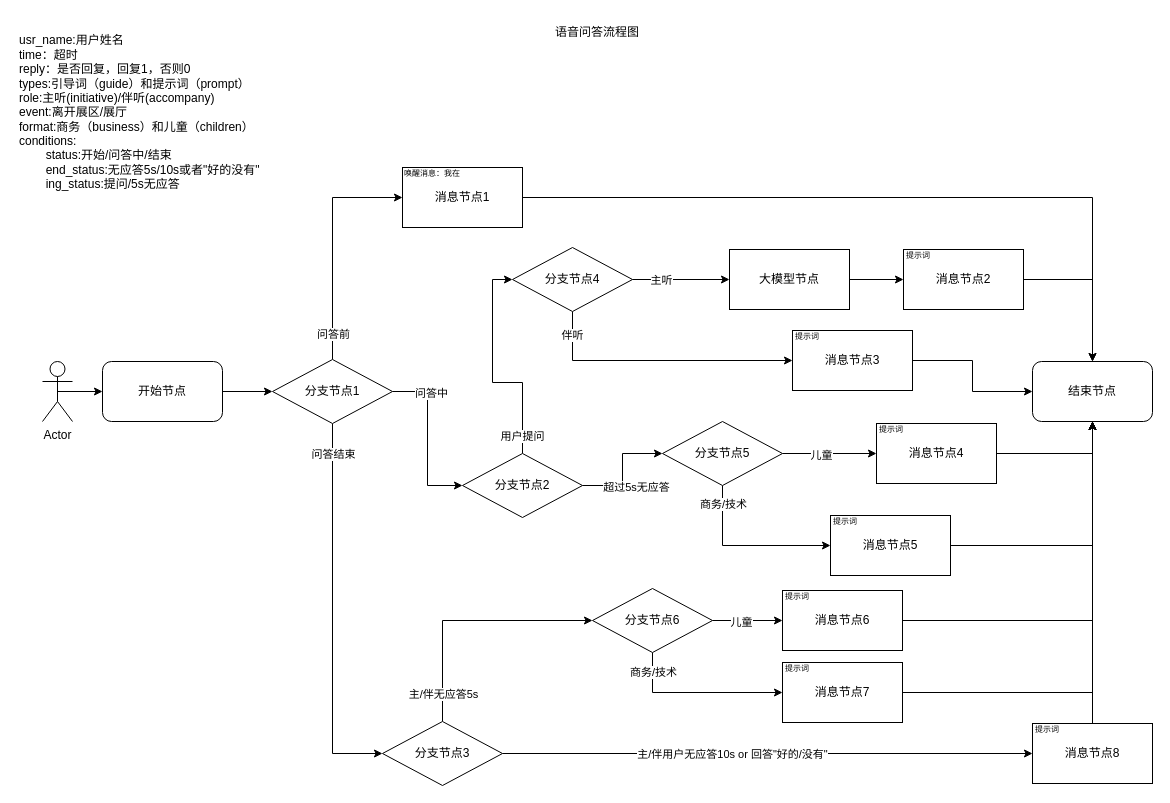
huaxiaojilzg/workflow_draw keeps this draw.io diagram as 6.语音问答.drawio. Above is the earlier version. Source tidied: cells renumbered, new cells numbered last; positions are measured from the earlier drawing's top-left corner, leaving out a move shared by most shapes. Both pictures are drawn from the tidied source at 100%, with x=0, y=0 at pixel (17, 17).
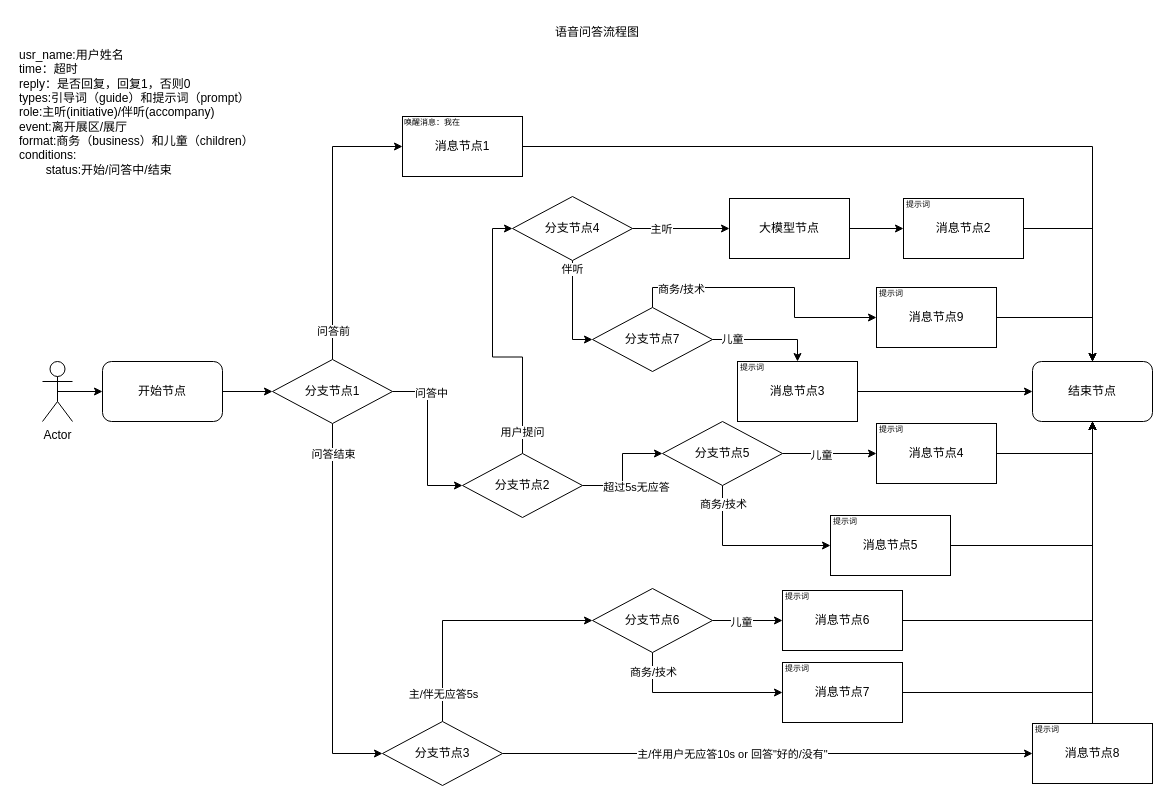
After the change.

Commit message:
更新6.语音问答.drawio

Unchanged cells that the change refers to:
```xml
<mxCell id="13" value="结束节点" style="rounded=1;whiteSpace=wrap;html=1;" parent="1" vertex="1">
  <mxGeometry x="1015" y="344" width="120" height="60" as="geometry" />
</mxCell>
```

Change to the diagram source:
```diff
@@
     <mxCell id="15" value="消息节点1" style="rounded=0;whiteSpace=wrap;html=1;" parent="1" vertex="1">
-      <mxGeometry x="385" y="150" width="120" height="60" as="geometry" />
+      <mxGeometry x="385" y="99" width="120" height="60" as="geometry" />
     </mxCell>
     <mxCell id="16" value="&lt;font style=&quot;font-size: 8px;&quot;&gt;唤醒消息：我在&lt;/font&gt;" style="text;html=1;align=center;verticalAlign=middle;whiteSpace=wrap;rounded=0;" parent="1" vertex="1">
-      <mxGeometry x="385" y="150" width="60" height="10" as="geometry" />
+      <mxGeometry x="385" y="99" width="60" height="10" as="geometry" />
     </mxCell>
@@
     <mxCell id="18" value="大模型节点" style="rounded=0;whiteSpace=wrap;html=1;" parent="1" vertex="1">
-      <mxGeometry x="712" y="232" width="120" height="60" as="geometry" />
+      <mxGeometry x="712" y="181" width="120" height="60" as="geometry" />
     </mxCell>
@@
     <mxCell id="20" value="消息节点2" style="rounded=0;whiteSpace=wrap;html=1;" parent="1" vertex="1">
-      <mxGeometry x="886" y="232" width="120" height="60" as="geometry" />
+      <mxGeometry x="886" y="181" width="120" height="60" as="geometry" />
     </mxCell>
     <mxCell id="21" value="&lt;span style=&quot;font-size: 8px;&quot;&gt;提示词&lt;/span&gt;" style="text;html=1;align=center;verticalAlign=middle;whiteSpace=wrap;rounded=0;" parent="1" vertex="1">
-      <mxGeometry x="886" y="232" width="30" height="10" as="geometry" />
+      <mxGeometry x="886" y="181" width="30" height="10" as="geometry" />
     </mxCell>
@@
-    <mxCell id="60" style="edgeStyle=orthogonalEdgeStyle;rounded=0;jettySize=auto;html=1;exitX=0.5;exitY=1;exitDx=0;exitDy=0;entryX=0;entryY=0.5;entryDx=0;entryDy=0;" parent="1" edge="1" source="62" target="64">
+    <mxCell id="60" style="edgeStyle=orthogonalEdgeStyle;rounded=0;jettySize=auto;html=1;exitX=0.5;exitY=1;exitDx=0;exitDy=0;entryX=0;entryY=0.5;entryDx=0;entryDy=0;" parent="1" edge="1" source="62" target="71">
       <mxGeometry relative="1" as="geometry" />
     </mxCell>
@@
     <mxCell id="62" value="分支节点4" style="rhombus;whiteSpace=wrap;html=1;" parent="1" vertex="1">
-      <mxGeometry x="495" y="230" width="120" height="64" as="geometry" />
+      <mxGeometry x="495" y="179" width="120" height="64" as="geometry" />
     </mxCell>
@@
     <mxCell id="64" value="消息节点3" style="rounded=0;whiteSpace=wrap;html=1;" parent="1" vertex="1">
-      <mxGeometry x="775" y="313" width="120" height="60" as="geometry" />
+      <mxGeometry x="720" y="344" width="120" height="60" as="geometry" />
     </mxCell>
     <mxCell id="65" value="&lt;span style=&quot;font-size: 8px;&quot;&gt;提示词&lt;/span&gt;" style="text;html=1;align=center;verticalAlign=middle;whiteSpace=wrap;rounded=0;" parent="1" vertex="1">
-      <mxGeometry x="775" y="313" width="30" height="10" as="geometry" />
+      <mxGeometry x="720" y="344" width="30" height="10" as="geometry" />
     </mxCell>
-    <mxCell id="66" value="&lt;div&gt;usr_name:用户姓名&lt;/div&gt;&lt;div&gt;time：超时&lt;/div&gt;&lt;div&gt;reply：是否回复，回复1，否则0&lt;/div&gt;types:引导词（guide）和提示词（prompt）&lt;div&gt;role:主听(initiative)/伴听(accompany)&lt;/div&gt;&lt;div&gt;event:离开展区/展厅&lt;/div&gt;&lt;div&gt;format:商务（business）和儿童（children）&lt;br&gt;conditions:&lt;/div&gt;&lt;div&gt;&lt;span style=&quot;white-space: pre;&quot;&gt;&#9;&lt;/span&gt;status:开始/问答中/结束&lt;br&gt;&lt;/div&gt;&lt;div&gt;&lt;span style=&quot;white-space: pre;&quot;&gt;&#9;&lt;/span&gt;end_status:无应答5s/10s或者&quot;&lt;span style=&quot;background-color: transparent; color: light-dark(rgb(0, 0, 0), rgb(255, 255, 255));&quot;&gt;好的没有&lt;/span&gt;&lt;span style=&quot;background-color: transparent; color: light-dark(rgb(0, 0, 0), rgb(255, 255, 255));&quot;&gt;&quot;&lt;/span&gt;&lt;/div&gt;&lt;div&gt;&lt;span style=&quot;background-color: transparent; color: light-dark(rgb(0, 0, 0), rgb(255, 255, 255));&quot;&gt;&lt;span style=&quot;white-space: pre;&quot;&gt;&#9;&lt;/span&gt;ing_status:提问/5s无应答&lt;br&gt;&lt;/span&gt;&lt;/div&gt;" style="text;html=1;align=left;verticalAlign=middle;strokeColor=none;fillColor=none;" parent="1" vertex="1">
-      <mxGeometry y="10" width="260" height="170" as="geometry" />
+    <mxCell id="66" value="&lt;div&gt;usr_name:用户姓名&lt;/div&gt;&lt;div&gt;time：超时&lt;/div&gt;&lt;div&gt;reply：是否回复，回复1，否则0&lt;/div&gt;types:引导词（guide）和提示词（prompt）&lt;div&gt;role:主听(initiative)/伴听(accompany)&lt;/div&gt;&lt;div&gt;event:离开展区/展厅&lt;/div&gt;&lt;div&gt;format:商务（business）和儿童（children）&lt;br&gt;conditions:&lt;/div&gt;&lt;div&gt;&lt;span style=&quot;white-space: pre;&quot;&gt;&#9;&lt;/span&gt;status:开始/问答中/结束&lt;/div&gt;" style="text;html=1;align=left;verticalAlign=middle;strokeColor=none;fillColor=none;" parent="1" vertex="1">
+      <mxGeometry y="25" width="260" height="140" as="geometry" />
     </mxCell>
+    <mxCell id="67" style="edgeStyle=orthogonalEdgeStyle;rounded=0;jettySize=auto;html=1;exitX=0.5;exitY=0;exitDx=0;exitDy=0;entryX=0;entryY=0.5;entryDx=0;entryDy=0;" parent="1" edge="1" source="71" target="73">
+      <mxGeometry relative="1" as="geometry" />
+    </mxCell>
+    <mxCell id="68" value="商务/技术" style="edgeLabel;html=1;align=center;verticalAlign=middle;" parent="67" vertex="1">
+      <mxGeometry x="-0.69" y="-1" relative="1" as="geometry">
+        <mxPoint x="6" as="offset" />
+      </mxGeometry>
+    </mxCell>
+    <mxCell id="69" style="edgeStyle=orthogonalEdgeStyle;rounded=0;jettySize=auto;html=1;exitX=1;exitY=0.5;exitDx=0;exitDy=0;entryX=0.5;entryY=0;entryDx=0;entryDy=0;" parent="1" edge="1" source="71" target="64">
+      <mxGeometry relative="1" as="geometry" />
+    </mxCell>
+    <mxCell id="70" value="儿童" style="edgeLabel;html=1;align=center;verticalAlign=middle;" parent="69" vertex="1">
+      <mxGeometry x="-0.65" y="1" relative="1" as="geometry" />
+    </mxCell>
+    <mxCell id="71" value="分支节点7" style="rhombus;whiteSpace=wrap;html=1;" parent="1" vertex="1">
+      <mxGeometry x="575" y="290" width="120" height="64" as="geometry" />
+    </mxCell>
+    <mxCell id="72" style="edgeStyle=orthogonalEdgeStyle;rounded=0;jettySize=auto;html=1;exitX=1;exitY=0.5;exitDx=0;exitDy=0;entryX=0.5;entryY=0;entryDx=0;entryDy=0;" parent="1" edge="1" source="73" target="13">
+      <mxGeometry relative="1" as="geometry" />
+    </mxCell>
+    <mxCell id="73" value="消息节点9" style="rounded=0;whiteSpace=wrap;html=1;" parent="1" vertex="1">
+      <mxGeometry x="859" y="270" width="120" height="60" as="geometry" />
+    </mxCell>
+    <mxCell id="74" value="&lt;span style=&quot;font-size: 8px;&quot;&gt;提示词&lt;/span&gt;" style="text;html=1;align=center;verticalAlign=middle;whiteSpace=wrap;rounded=0;" parent="1" vertex="1">
+      <mxGeometry x="859" y="270" width="30" height="10" as="geometry" />
+    </mxCell>
```
